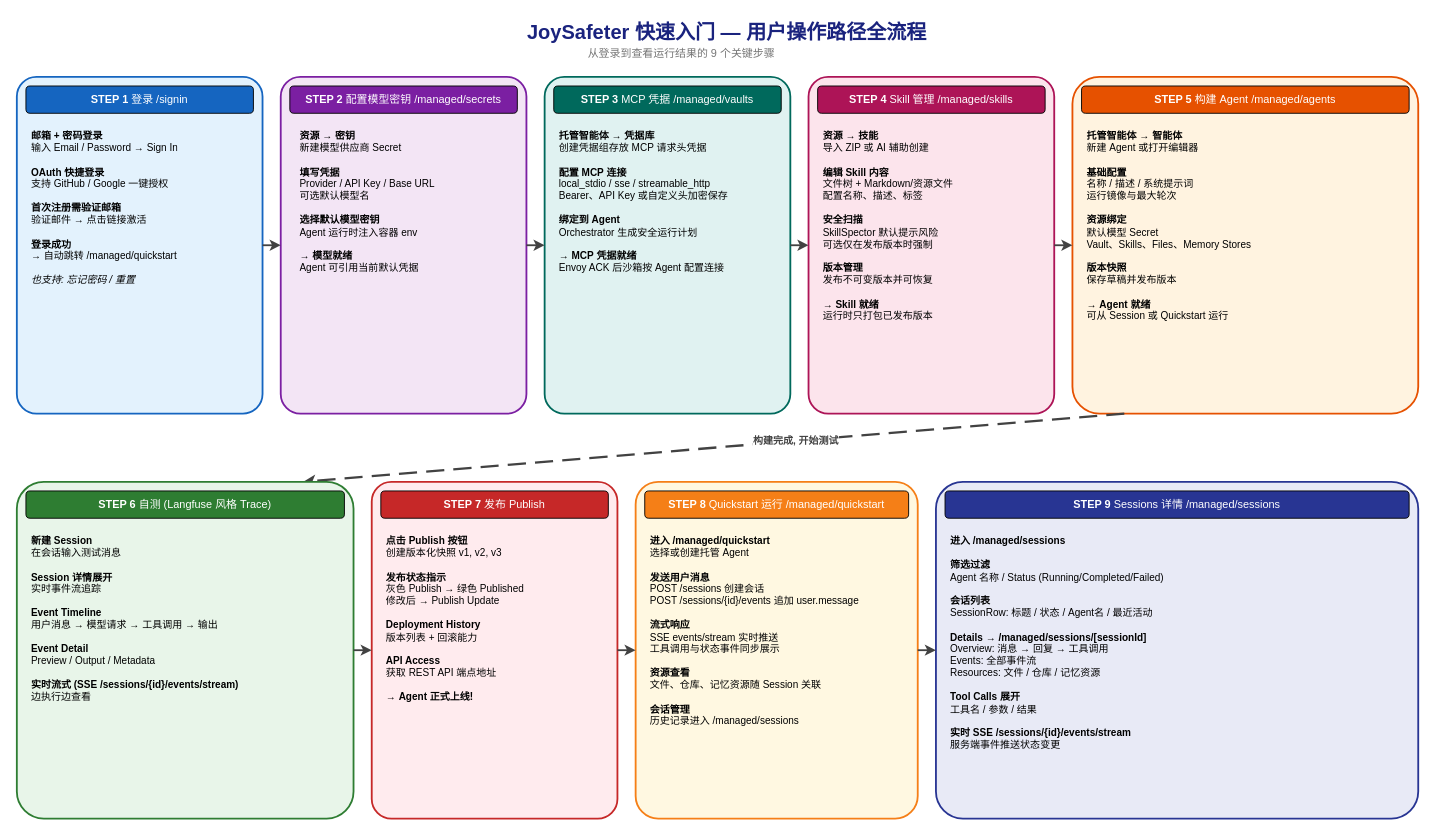
Above: docs/user-journey-quickstart.drawio in jd-opensource/JoySafeter (draw.io), before the change. Source tidied: cells renumbered, new cells numbered last; positions are measured from the earlier drawing's top-left corner, leaving out a move shared by most shapes. Both pictures are drawn from the tidied source at 91%, with x=0, y=0 at pixel (16, 15).
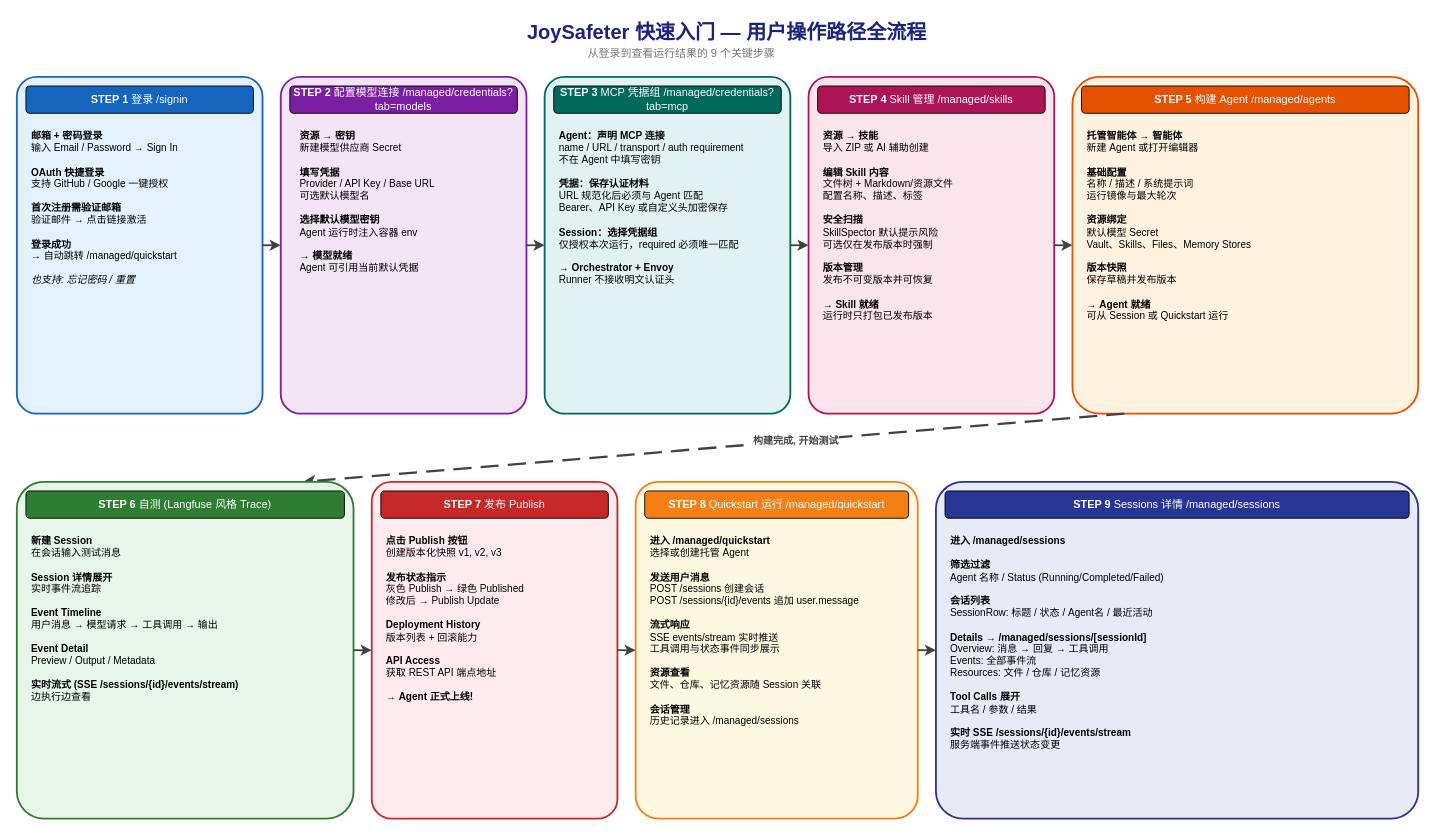
Above is the later version.

What changed in the source:
```diff
@@
-    <mxCell id="8" value="&lt;b&gt;STEP 2&lt;/b&gt;  配置模型密钥  /managed/secrets" style="rounded=1;whiteSpace=wrap;html=1;fillColor=#7b1fa2;fontColor=#ffffff;fontSize=12;arcSize=15;" parent="1" vertex="1">
+    <mxCell id="8" value="&lt;b&gt;STEP 2&lt;/b&gt;  配置模型连接  /managed/credentials?tab=models" style="rounded=1;whiteSpace=wrap;html=1;fillColor=#7b1fa2;fontColor=#ffffff;fontSize=12;arcSize=15;" parent="1" vertex="1">
       <mxGeometry x="300" y="77" width="250" height="30" as="geometry" />
     </mxCell>
@@
-    <mxCell id="11" value="&lt;b&gt;STEP 3&lt;/b&gt;  MCP 凭据  /managed/vaults" style="rounded=1;whiteSpace=wrap;html=1;fillColor=#00695c;fontColor=#ffffff;fontSize=12;arcSize=15;" parent="1" vertex="1">
+    <mxCell id="11" value="&lt;b&gt;STEP 3&lt;/b&gt;  MCP 凭据组  /managed/credentials?tab=mcp" style="rounded=1;whiteSpace=wrap;html=1;fillColor=#00695c;fontColor=#ffffff;fontSize=12;arcSize=15;" parent="1" vertex="1">
       <mxGeometry x="590" y="77" width="250" height="30" as="geometry" />
     </mxCell>
-    <mxCell id="12" value="&lt;b&gt;托管智能体 → 凭据库&lt;/b&gt;&lt;br/&gt;创建凭据组存放 MCP 请求头凭据&lt;br/&gt;&lt;br/&gt;&lt;b&gt;配置 MCP 连接&lt;/b&gt;&lt;br/&gt;local_stdio / sse / streamable_http&lt;br/&gt;Bearer、API Key 或自定义头加密保存&lt;br/&gt;&lt;br/&gt;&lt;b&gt;绑定到 Agent&lt;/b&gt;&lt;br/&gt;Orchestrator 生成安全运行计划&lt;br/&gt;&lt;br/&gt;&lt;b&gt;→ MCP 凭据就绪&lt;/b&gt;&lt;br/&gt;Envoy ACK 后沙箱按 Agent 配置连接" style="text;html=1;align=left;verticalAlign=top;whiteSpace=wrap;overflow=hidden;fontSize=11;spacing=6;" parent="1" vertex="1">
+    <mxCell id="12" value="&lt;b&gt;Agent：声明 MCP 连接&lt;/b&gt;&lt;br/&gt;name / URL / transport / auth requirement&lt;br/&gt;不在 Agent 中填写密钥&lt;br/&gt;&lt;br/&gt;&lt;b&gt;凭据：保存认证材料&lt;/b&gt;&lt;br/&gt;URL 规范化后必须与 Agent 匹配&lt;br/&gt;Bearer、API Key 或自定义头加密保存&lt;br/&gt;&lt;br/&gt;&lt;b&gt;Session：选择凭据组&lt;/b&gt;&lt;br/&gt;仅授权本次运行，required 必须唯一匹配&lt;br/&gt;&lt;br/&gt;&lt;b&gt;→ Orchestrator + Envoy&lt;/b&gt;&lt;br/&gt;Runner 不接收明文认证头" style="text;html=1;align=left;verticalAlign=top;whiteSpace=wrap;overflow=hidden;fontSize=11;spacing=6;" parent="1" vertex="1">
       <mxGeometry x="590" y="115" width="250" height="312" as="geometry" />
     </mxCell>
```
